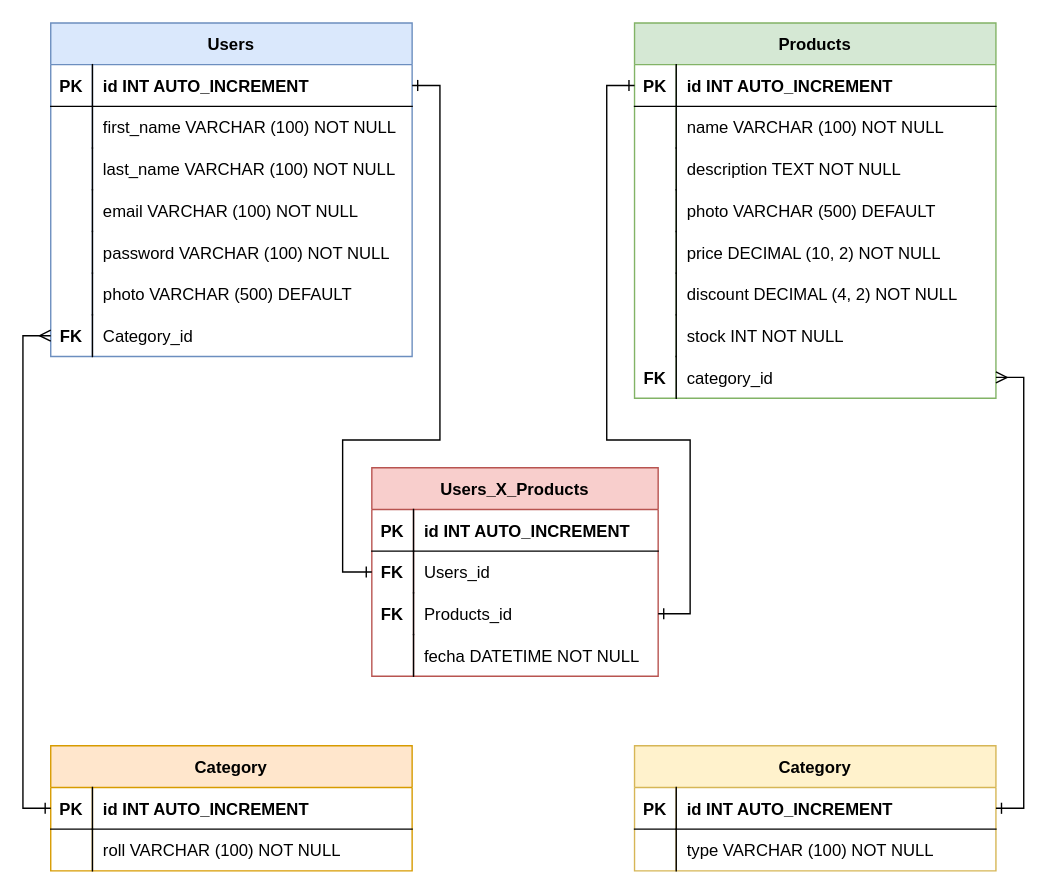
LauDAlvarez/construccionCastor keeps this draw.io diagram as documents/diagrama castor DB.drawio. Above is the earlier version. Source tidied: cells renumbered, new cells numbered last; positions are measured from the earlier drawing's top-left corner, leaving out a move shared by most shapes. Both pictures are drawn from the tidied source at 139%, with x=0, y=0 at pixel (22, 22).
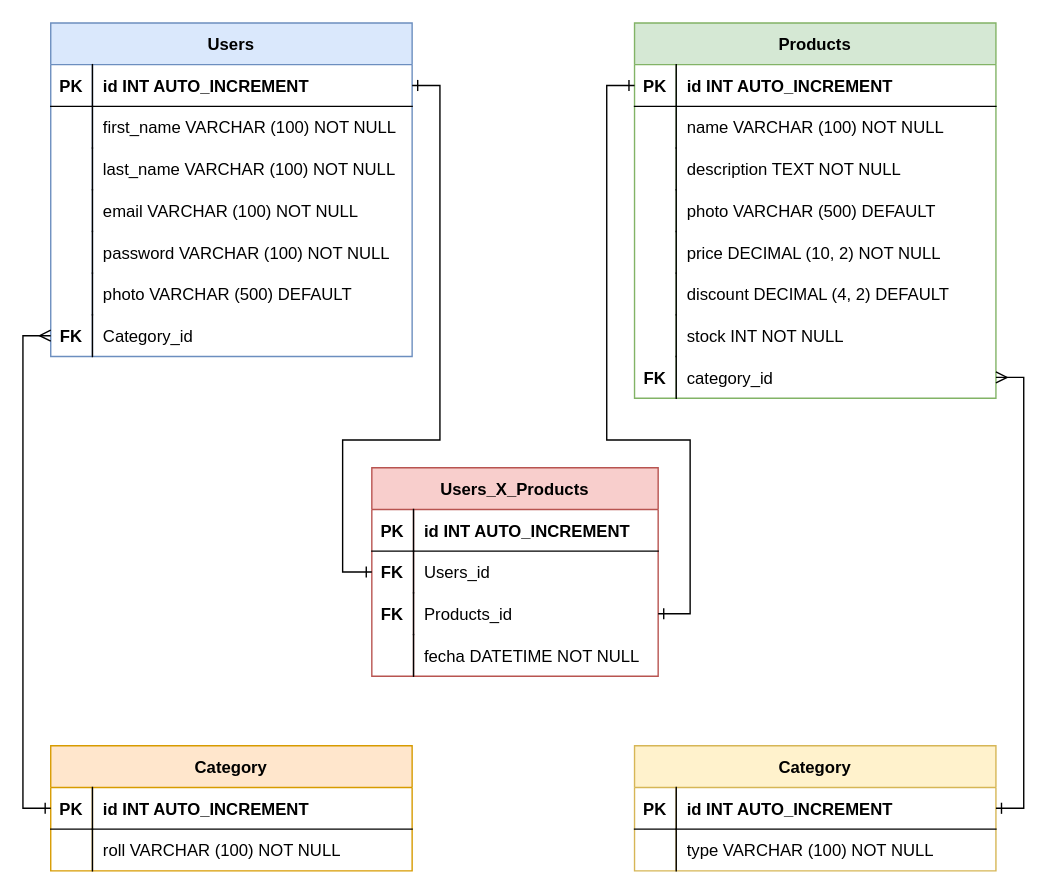
After the change.

Commit message (it also covers changes not shown here):
cambio en tabla productos

The change refers to these unchanged cells:
```xml
<mxCell id="55" style="shape=partialRectangle;fillColor=none;top=0;left=0;right=0;bottom=0;" parent="39" vertex="1">
  <mxGeometry y="180" width="260" height="30" as="geometry" />
</mxCell>
```

The edit, as a diff of the source:
```diff
@@
-    <mxCell id="57" value="discount DECIMAL (4, 2) NOT NULL" style="shape=partialRectangle;overflow=hidden;fillColor=none;top=0;left=1;bottom=0;right=0;align=left;spacingLeft=6;" parent="55" vertex="1">
+    <mxCell id="57" value="discount DECIMAL (4, 2) DEFAULT" style="shape=partialRectangle;overflow=hidden;fillColor=none;top=0;left=1;bottom=0;right=0;align=left;spacingLeft=6;" parent="55" vertex="1">
       <mxGeometry x="30" width="230" height="30" as="geometry" />
     </mxCell>
```
